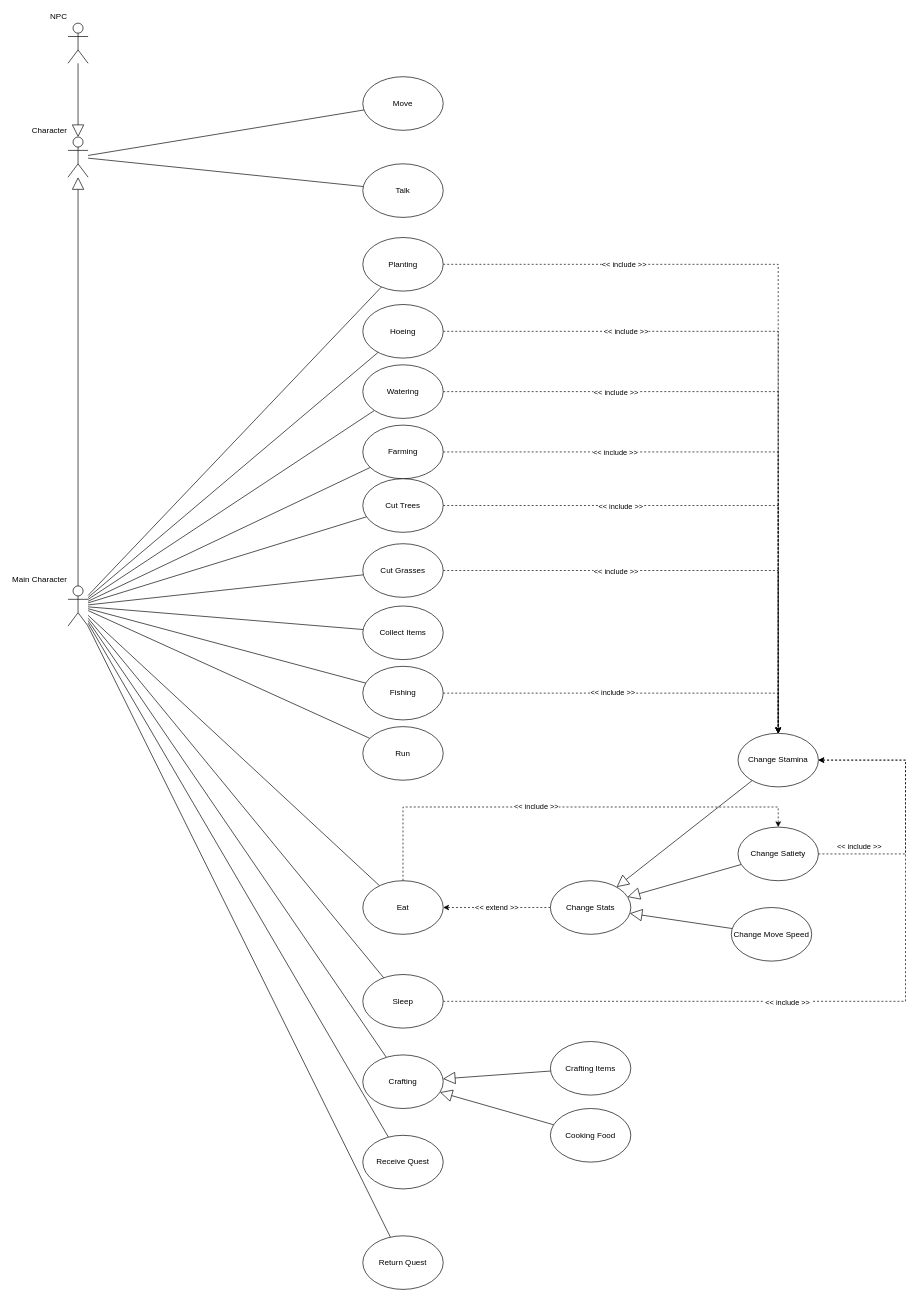
linhh563/sunny-fields keeps this draw.io diagram as page "Main_Character_Use_cases" (2 of 4) of Document/Diagrams/sunny_field_use_cases.drawio. Above is the earlier version. Source tidied: cells renumbered, new cells numbered last; positions are measured from the earlier drawing's top-left corner, leaving out a move shared by most shapes. Both pictures are drawn from the tidied source at 67%, with x=0, y=0 at pixel (68, 23).
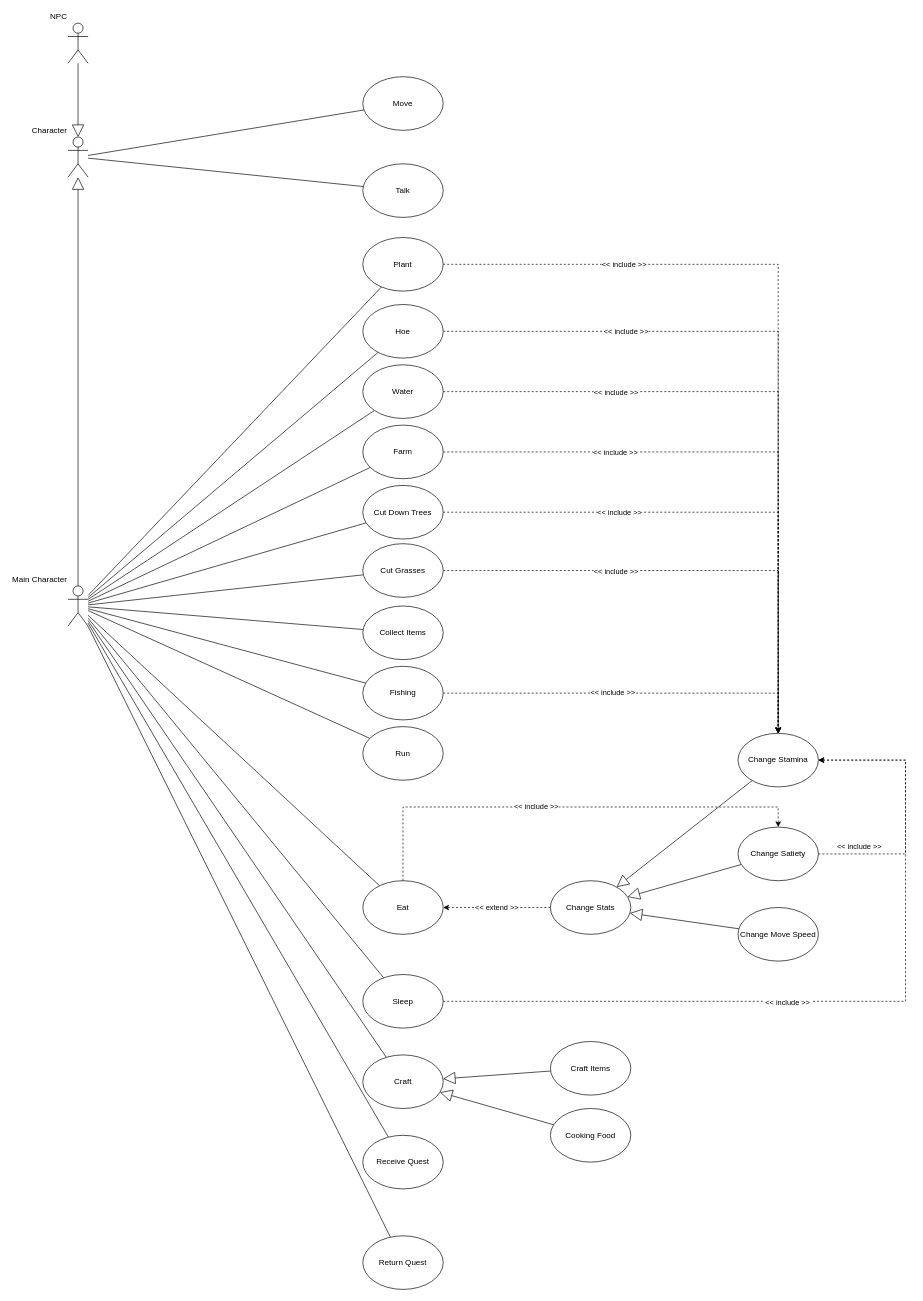
Above is the later version.

Change to the diagram source:
```diff
@@
-    <mxCell id="25" value="Planting" style="ellipse;whiteSpace=wrap;html=1;" parent="1" vertex="1">
+    <mxCell id="25" value="Plant" style="ellipse;whiteSpace=wrap;html=1;" parent="1" vertex="1">
       <mxGeometry x="440" y="320" width="120" height="80" as="geometry" />
     </mxCell>
@@
-    <mxCell id="28" value="Watering" style="ellipse;whiteSpace=wrap;html=1;" parent="1" vertex="1">
+    <mxCell id="28" value="Water" style="ellipse;whiteSpace=wrap;html=1;" parent="1" vertex="1">
       <mxGeometry x="440" y="510" width="120" height="80" as="geometry" />
     </mxCell>
@@
-    <mxCell id="31" value="Farming" style="ellipse;whiteSpace=wrap;html=1;" parent="1" vertex="1">
+    <mxCell id="31" value="Farm" style="ellipse;whiteSpace=wrap;html=1;" parent="1" vertex="1">
       <mxGeometry x="440" y="600" width="120" height="80" as="geometry" />
     </mxCell>
@@
-    <mxCell id="34" value="Cut Trees" style="ellipse;whiteSpace=wrap;html=1;" parent="1" vertex="1">
-      <mxGeometry x="440" y="680" width="120" height="80" as="geometry" />
+    <mxCell id="34" value="Cut Down Trees" style="ellipse;whiteSpace=wrap;html=1;" parent="1" vertex="1">
+      <mxGeometry x="440" y="690" width="120" height="80" as="geometry" />
     </mxCell>
@@
-    <mxCell id="43" value="Crafting" style="ellipse;whiteSpace=wrap;html=1;" parent="1" vertex="1">
+    <mxCell id="43" value="Craft" style="ellipse;whiteSpace=wrap;html=1;" parent="1" vertex="1">
       <mxGeometry x="440" y="1540" width="120" height="80" as="geometry" />
     </mxCell>
@@
-    <mxCell id="48" value="Crafting Items" style="ellipse;whiteSpace=wrap;html=1;" parent="1" vertex="1">
+    <mxCell id="48" value="Craft Items" style="ellipse;whiteSpace=wrap;html=1;" parent="1" vertex="1">
       <mxGeometry x="720" y="1520" width="120" height="80" as="geometry" />
     </mxCell>
@@
     <mxCell id="55" value="Change Move Speed" style="ellipse;whiteSpace=wrap;html=1;" parent="1" vertex="1">
-      <mxGeometry x="990" y="1320" width="120" height="80" as="geometry" />
+      <mxGeometry x="1000" y="1320" width="120" height="80" as="geometry" />
     </mxCell>
@@
-    <mxCell id="62" value="Hoeing" style="ellipse;whiteSpace=wrap;html=1;" parent="1" vertex="1">
+    <mxCell id="62" value="Hoe" style="ellipse;whiteSpace=wrap;html=1;" parent="1" vertex="1">
       <mxGeometry x="440" y="420" width="120" height="80" as="geometry" />
     </mxCell>
```
